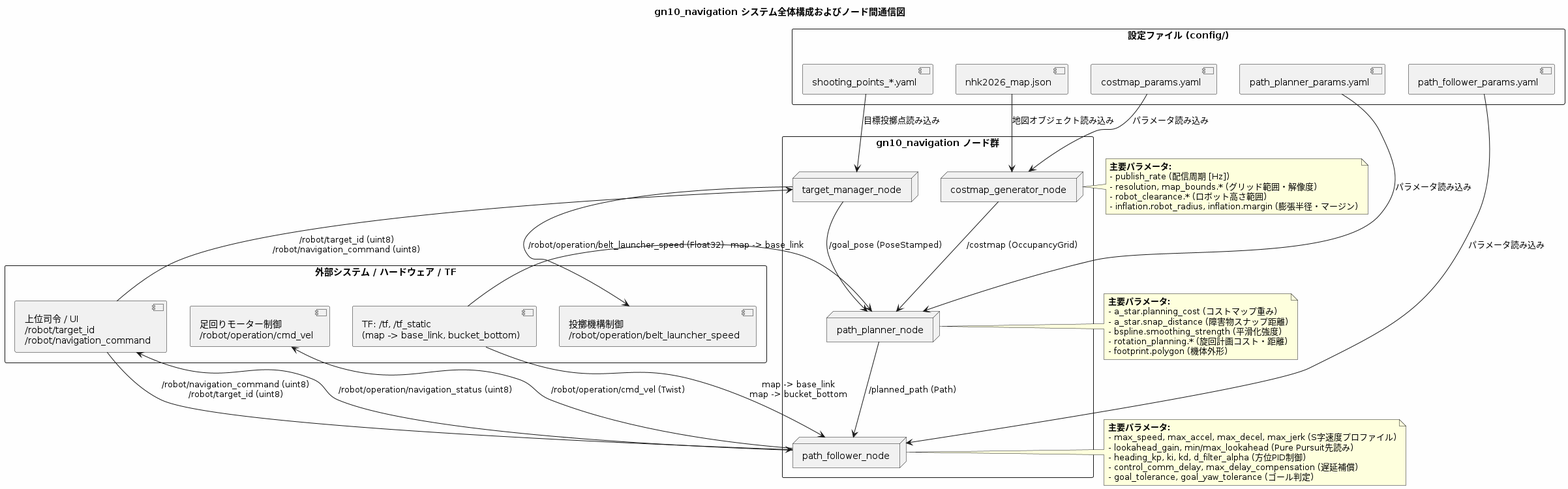
Before: docs/navigation_system_architecture.png, a diagram exported from PlantUML (tmcit-ararobo-2026a/gn10-navigation).
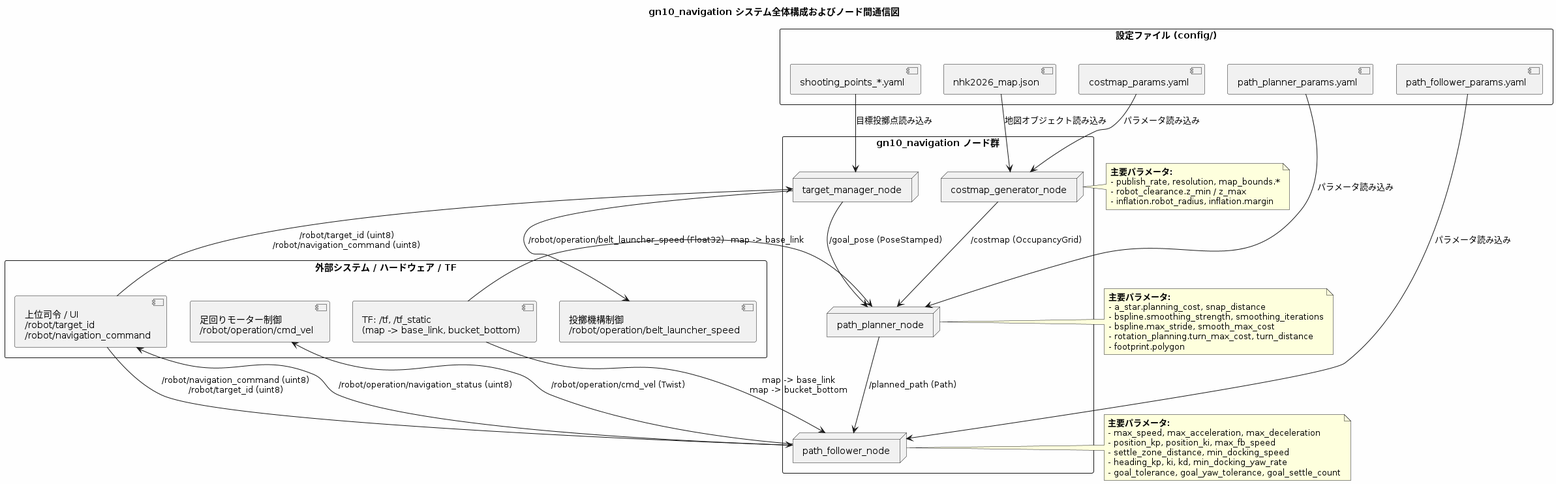
Above is the later version.

Change to the diagram source:
```diff
@@ -50,28 +50,27 @@
 
 note right of CostmapGen
   <b>主要パラメータ:</b>
-  - publish_rate (配信周期 [Hz])
-  - resolution, map_bounds.* (グリッド範囲・解像度)
-  - robot_clearance.* (ロボット高さ範囲)
-  - inflation.robot_radius, inflation.margin (膨張半径・マージン)
+  - publish_rate, resolution, map_bounds.*
+  - robot_clearance.z_min / z_max
+  - inflation.robot_radius, inflation.margin
 end note
 
 note right of Planner
   <b>主要パラメータ:</b>
-  - a_star.planning_cost (コストマップ重み)
-  - a_star.snap_distance (障害物スナップ距離)
-  - bspline.smoothing_strength (平滑化強度)
-  - rotation_planning.* (旋回計画コスト・距離)
-  - footprint.polygon (機体外形)
+  - a_star.planning_cost, snap_distance
+  - bspline.smoothing_strength, smoothing_iterations
+  - bspline.max_stride, smooth_max_cost
+  - rotation_planning.turn_max_cost, turn_distance
+  - footprint.polygon
 end note
 
 note right of Follower
   <b>主要パラメータ:</b>
-  - max_speed, max_accel, max_decel, max_jerk (S字速度プロファイル)
-  - lookahead_gain, min/max_lookahead (Pure Pursuit先読み)
-  - heading_kp, ki, kd, d_filter_alpha (方位PID制御)
-  - control_comm_delay, max_delay_compensation (遅延補償)
-  - goal_tolerance, goal_yaw_tolerance (ゴール判定)
+  - max_speed, max_acceleration, max_deceleration
+  - position_kp, position_ki, max_fb_speed
+  - settle_zone_distance, min_docking_speed
+  - heading_kp, ki, kd, min_docking_yaw_rate
+  - goal_tolerance, goal_yaw_tolerance, goal_settle_count
 end note
 
 @enduml
```
